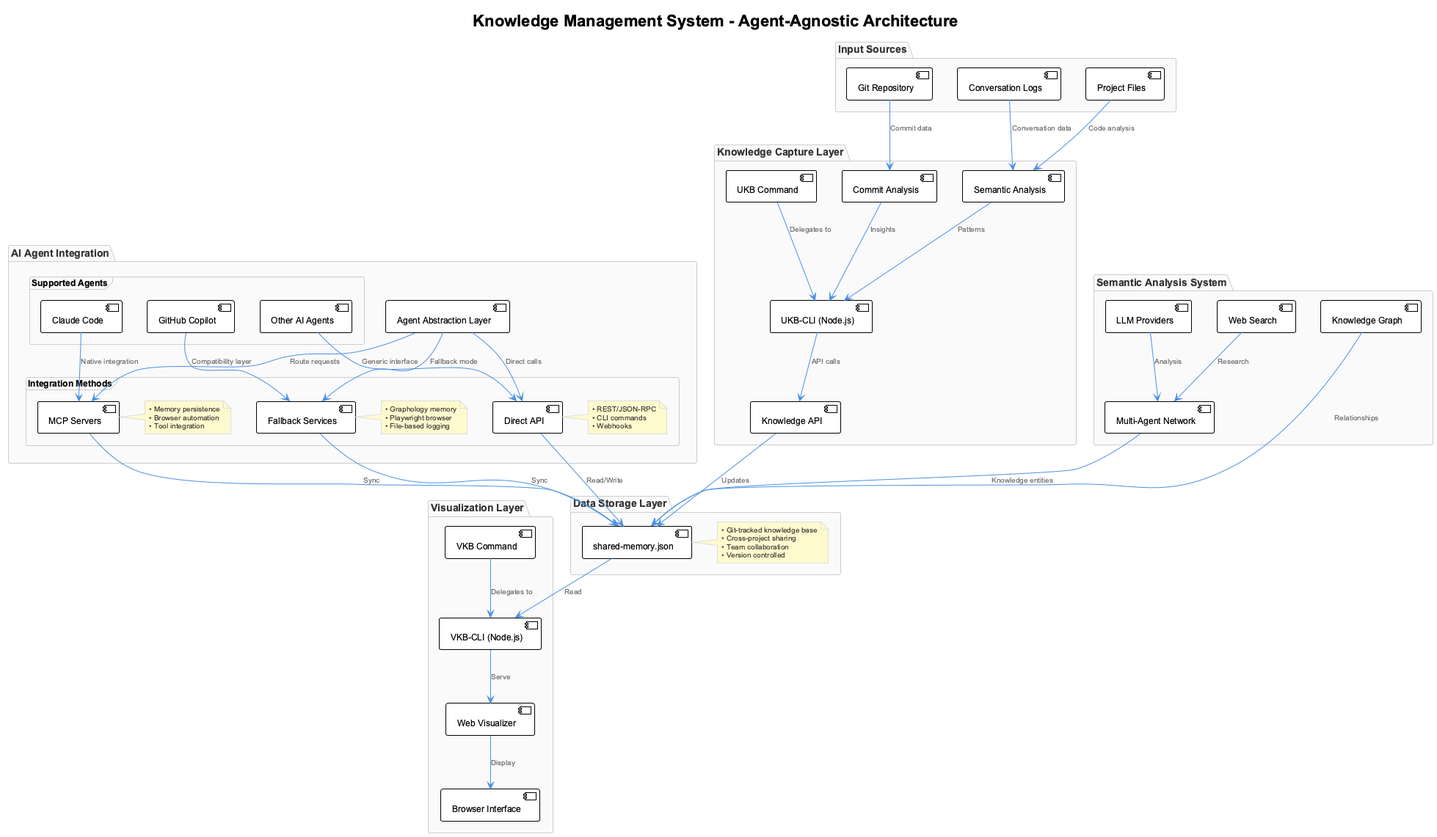
fwornle/coding keeps this PlantUML diagram as docs/images/system-architecture-agnostic.png. Above is the earlier version. Source of this version:
```plantuml
@startuml system-architecture-agnostic
!include _standard-style.puml

title Knowledge Management System - Agent-Agnostic Architecture

top to bottom direction

package "Input Sources" {
  [Git Repository] as git
  [Conversation Logs] as logs
  [Project Files] as files
}

package "Knowledge Capture Layer" {
  [UKB Command] as ukb
  [UKB-CLI (Node.js)] as ukbcli
  [Knowledge API] as kapi
  [Commit Analysis] as analysis
  [Semantic Analysis] as semantic
}

package "Data Storage Layer" {
  database [shared-memory.json] as storage
  note right of storage
    • Git-tracked knowledge base
    • Cross-project sharing
    • Team collaboration
    • Version controlled
  end note
}

package "Visualization Layer" {
  [VKB Command] as vkb
  [VKB-CLI (Node.js)] as vkbcli
  [Web Visualizer] as visualizer
  [Browser Interface] as browser
}

package "AI Agent Integration" {
  component [Agent Abstraction Layer] as agentlayer

  frame "Supported Agents" {
    [Claude Code] as claude
    [GitHub Copilot] as copilot
    [Other AI Agents] as other
  }

  frame "Integration Methods" {
    component [MCP Servers] as mcp
    note right of mcp
      • Memory persistence
      • Browser automation
      • Tool integration
    end note

    component [Fallback Services] as fallback
    note right of fallback
      • Graphology memory
      • Playwright browser
      • File-based logging
    end note

    component [Direct API] as api
    note right of api
      • REST/JSON-RPC
      • CLI commands
      • Webhooks
    end note
  }
}

package "Semantic Analysis System" {
  [Multi-Agent Network] as agents
  [LLM Providers] as llm
  [Web Search] as search
  [Knowledge Graph] as graph
}

git --> analysis : Commit data
logs --> semantic : Conversation data
files --> semantic : Code analysis

analysis --> ukbcli : Insights
semantic --> ukbcli : Patterns
ukb --> ukbcli : Delegates to
ukbcli --> kapi : API calls
kapi --> storage : Updates

storage --> vkbcli : Read
vkb --> vkbcli : Delegates to
vkbcli --> visualizer : Serve
visualizer --> browser : Display

claude --> mcp : Native integration
copilot --> fallback : Compatibility layer
other --> api : Generic interface

agentlayer --> mcp : Route requests
agentlayer --> fallback : Fallback mode
agentlayer --> api : Direct calls

mcp --> storage : Sync
fallback --> storage : Sync
api --> storage : Read/Write

agents --> storage : Knowledge entities
llm --> agents : Analysis
search --> agents : Research
graph --> storage : Relationships

@enduml
```
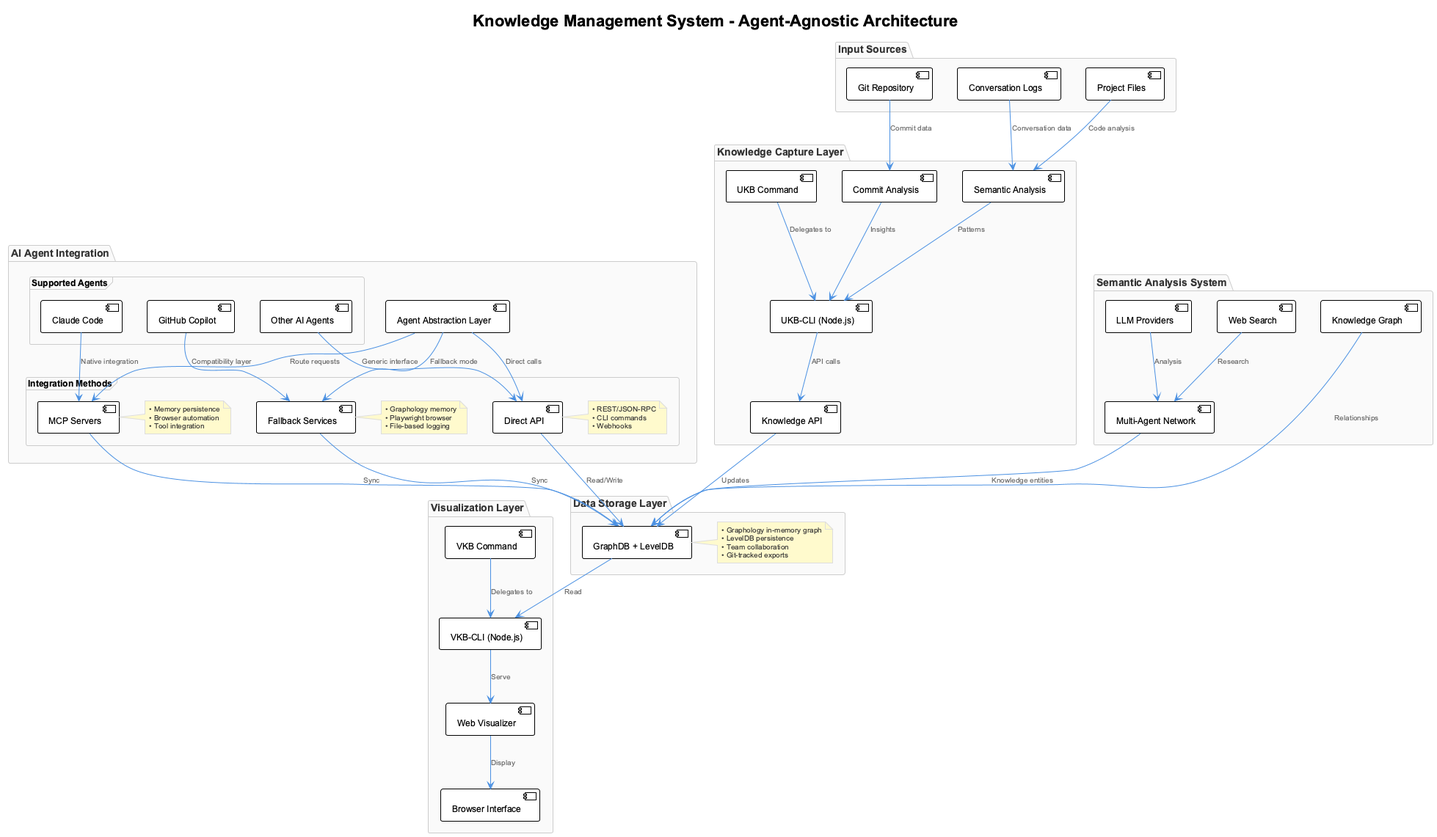
The same file after the commit.

What changed in the source:
```diff
@@ -20,12 +20,12 @@
 }
 
 package "Data Storage Layer" {
-  database [shared-memory.json] as storage
+  database [GraphDB + LevelDB] as storage
   note right of storage
-    • Git-tracked knowledge base
-    • Cross-project sharing
+    • Graphology in-memory graph
+    • LevelDB persistence
     • Team collaboration
-    • Version controlled
+    • Git-tracked exports
   end note
 }
 
```
